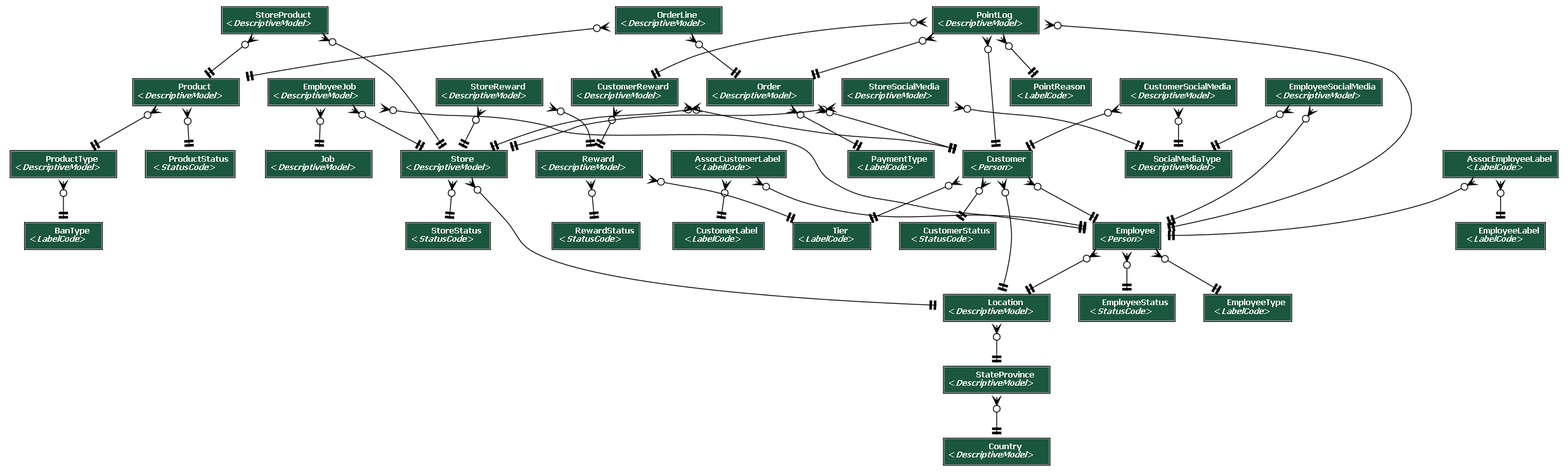
Before: TechspireSite/TechspireSite/GeneratedFiles/ERD1.png, a diagram exported from Graphviz (rebeccahut/TechspireProject). Its source is kept beside it as TechspireSite/TechspireSite/GeneratedFiles/ERD1.dot.
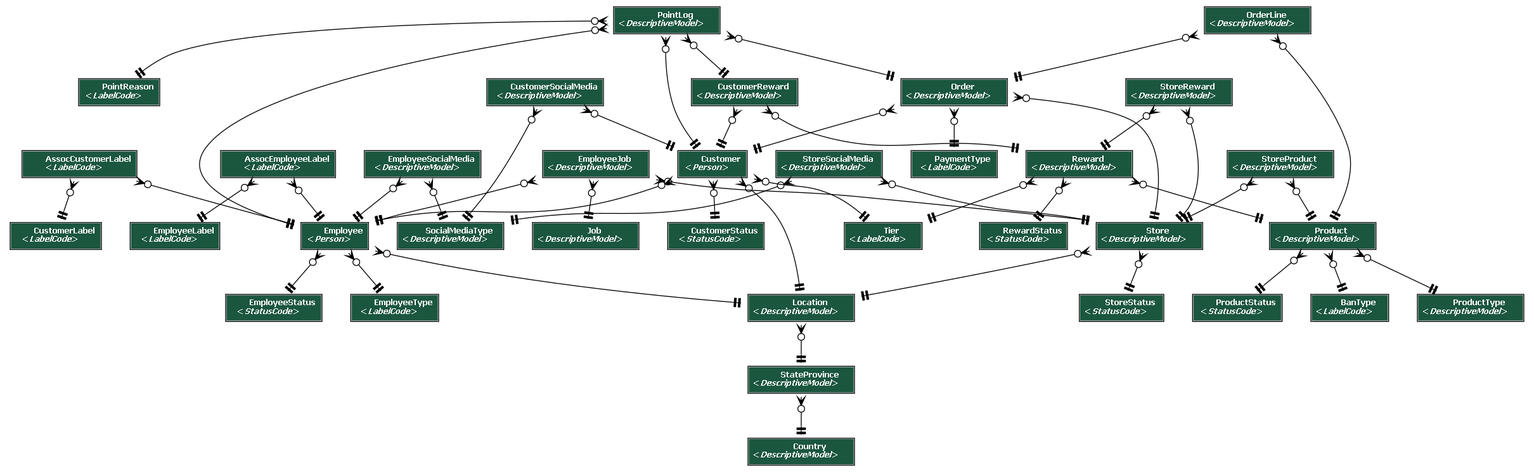
After the commit.

The edit, as a diff of the source:
```diff
@@ -435,13 +435,13 @@
   Bakery_models_Order -> Bakery_models_Store
   [label=" "] [arrowhead=none, arrowtail=none, dir=both];
 
-  Bakery_models_ProductType -> Bakery_models_BanType
-  [label=" "] [arrowhead=none, arrowtail=none, dir=both];
-
   Bakery_models_Product -> Bakery_models_ProductType
   [label=" "] [arrowhead=none, arrowtail=none, dir=both];
 
   Bakery_models_Product -> Bakery_models_ProductStatus
+  [label=" "] [arrowhead=none, arrowtail=none, dir=both];
+
+  Bakery_models_Product -> Bakery_models_BanType
   [label=" "] [arrowhead=none, arrowtail=none, dir=both];
 
   Bakery_models_OrderLine -> Bakery_models_Product
@@ -451,6 +451,9 @@
   [label=" "] [arrowhead=none, arrowtail=none, dir=both];
 
   Bakery_models_Reward -> Bakery_models_RewardStatus
+  [label=" "] [arrowhead=none, arrowtail=none, dir=both];
+
+  Bakery_models_Reward -> Bakery_models_Product
   [label=" "] [arrowhead=none, arrowtail=none, dir=both];
 
   Bakery_models_Reward -> Bakery_models_Tier
```
